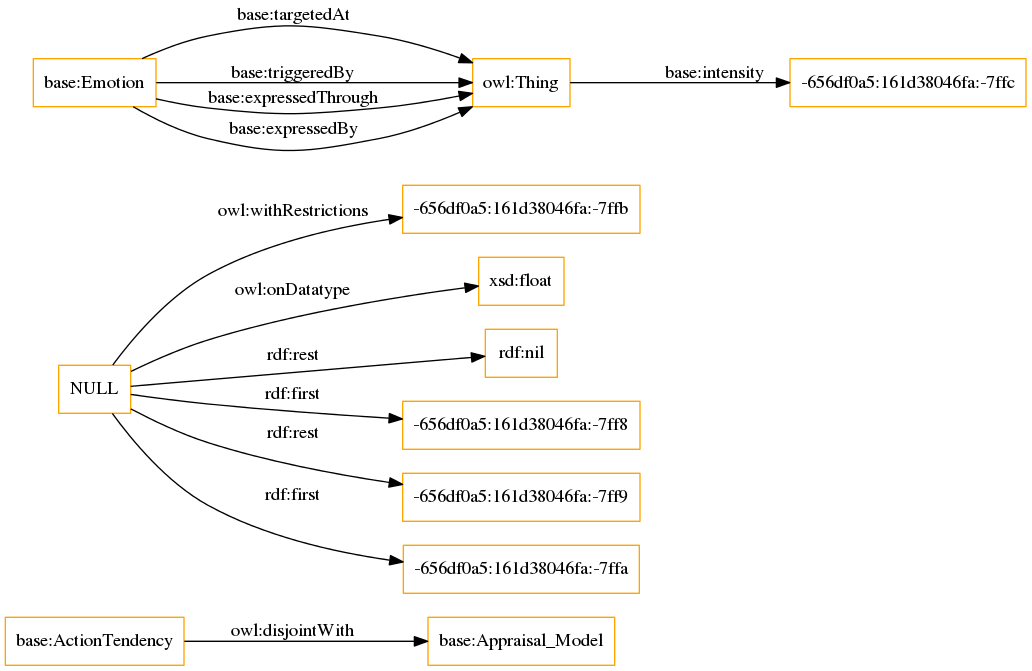
Earlier version of the Graphviz export OnToology/HEO.owl/diagrams/ar2dtool-class/HEO.owl.png (OnToologyUser/Propsed-Ontology). Its source is kept beside it as OnToology/HEO.owl/diagrams/ar2dtool-class/HEO.owl.png.dot.
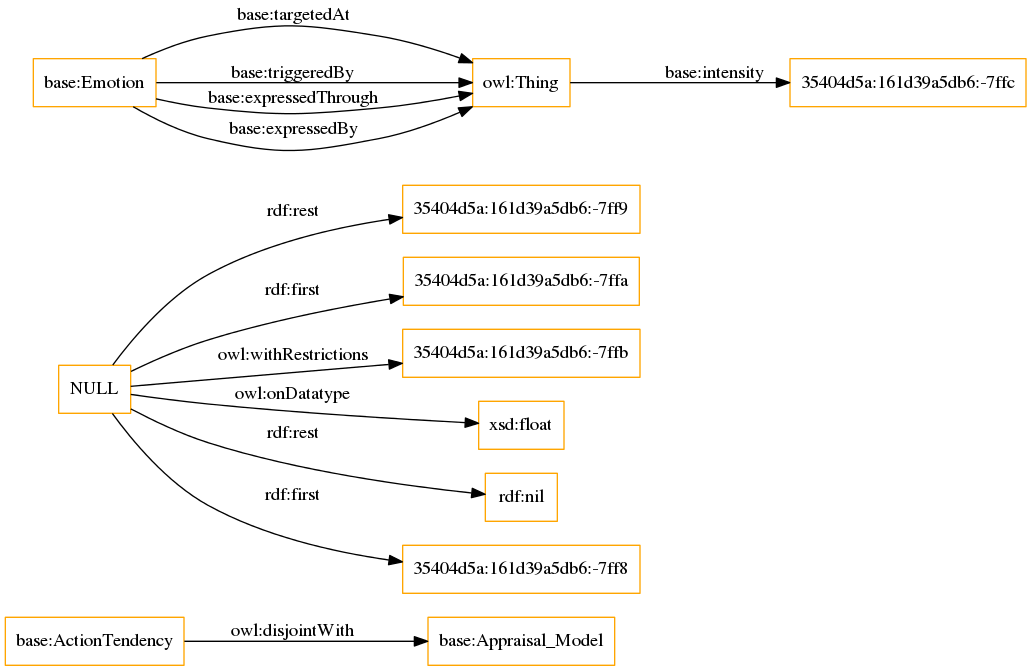
The same diagram one commit later.

The edit, as a diff of the source:
```diff
@@ -3,14 +3,14 @@
 size="1501"
 node [shape = rectangle, color="orange"]; "base:ActionTendency" "base:Appraisal_Model" ; /*classes style*/
 	"base:ActionTendency" -> "base:Appraisal_Model" [ label = "owl:disjointWith" ];
-	"NULL" -> "-656df0a5:161d38046fa:-7ffb" [ label = "owl:withRestrictions" ];
+	"NULL" -> "35404d5a:161d39a5db6:-7ff9" [ label = "rdf:rest" ];
+	"NULL" -> "35404d5a:161d39a5db6:-7ffa" [ label = "rdf:first" ];
+	"NULL" -> "35404d5a:161d39a5db6:-7ffb" [ label = "owl:withRestrictions" ];
 	"NULL" -> "xsd:float" [ label = "owl:onDatatype" ];
 	"NULL" -> "rdf:nil" [ label = "rdf:rest" ];
-	"NULL" -> "-656df0a5:161d38046fa:-7ff8" [ label = "rdf:first" ];
-	"NULL" -> "-656df0a5:161d38046fa:-7ff9" [ label = "rdf:rest" ];
-	"NULL" -> "-656df0a5:161d38046fa:-7ffa" [ label = "rdf:first" ];
+	"NULL" -> "35404d5a:161d39a5db6:-7ff8" [ label = "rdf:first" ];
 	"base:Emotion" -> "owl:Thing" [ label = "base:targetedAt" ];
-	"owl:Thing" -> "-656df0a5:161d38046fa:-7ffc" [ label = "base:intensity" ];
+	"owl:Thing" -> "35404d5a:161d39a5db6:-7ffc" [ label = "base:intensity" ];
 	"base:Emotion" -> "owl:Thing" [ label = "base:triggeredBy" ];
 	"base:Emotion" -> "owl:Thing" [ label = "base:expressedThrough" ];
 	"base:Emotion" -> "owl:Thing" [ label = "base:expressedBy" ];
```
